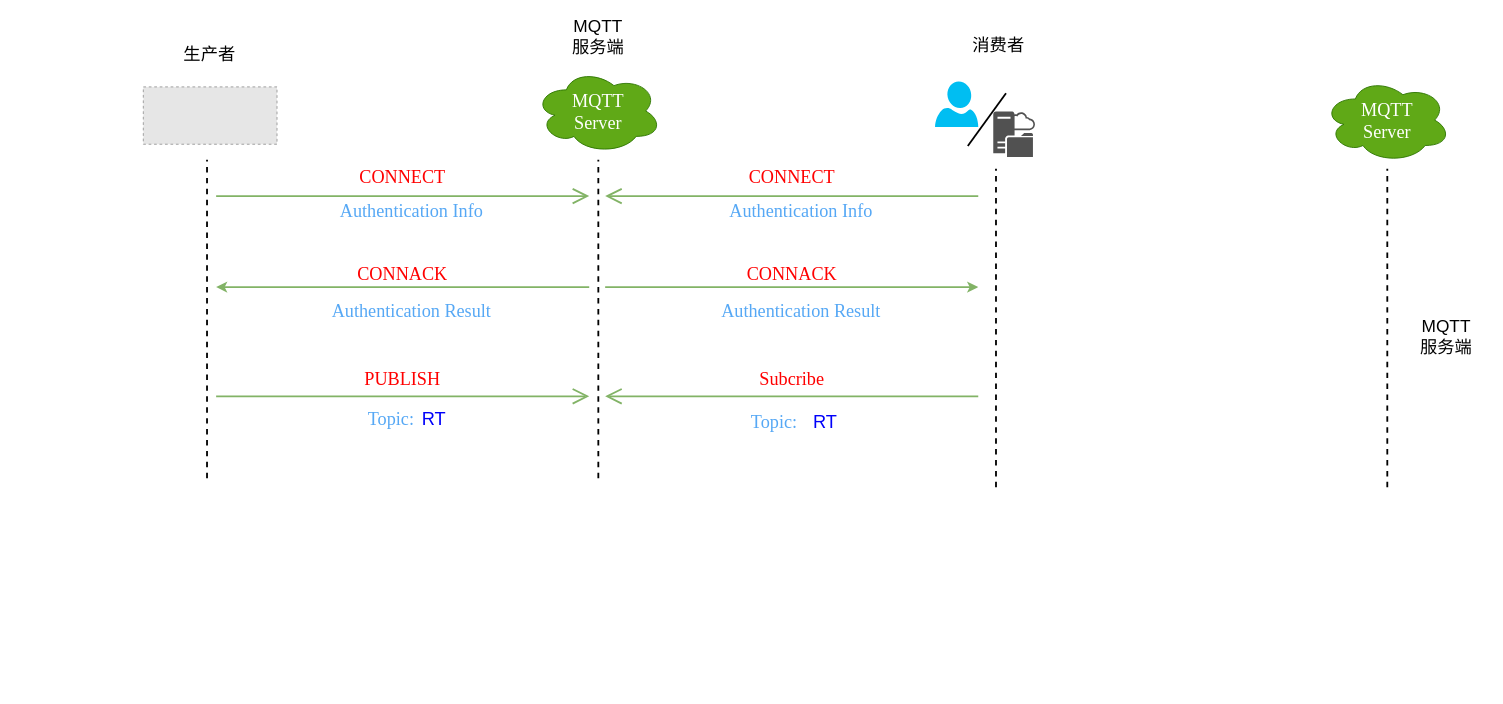
This is page "第 4 页" (4 of 5) of drawio/mqtt-auth.drawio from raingnight/Blog_Pic, a draw.io file, before an edit. Source tidied: cells renumbered, new cells numbered last; positions are measured from the earlier drawing's top-left corner, leaving out a move shared by most shapes. Both pictures are drawn from the tidied source at 91%, with x=0, y=0 at pixel (143, 23). Pictures stored in the file or linked from it are replaced by grey dashed boxes.
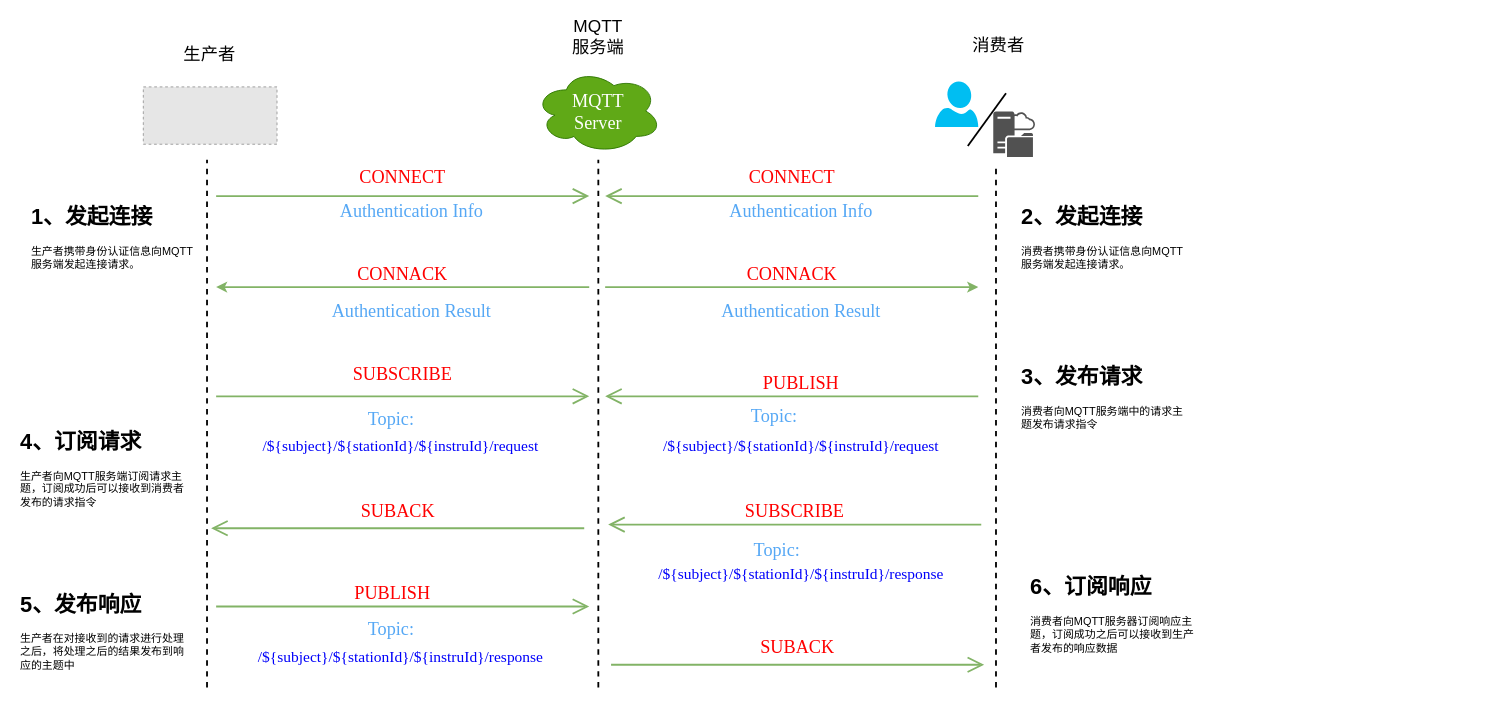
The same page after the edit.

What changed in the source:
```diff
@@
     <mxCell id="5" style="endArrow=none;dashed=1;html=1;rounded=0;sketch=0;strokeWidth=2;" parent="1" edge="1">
       <mxGeometry relative="1" as="geometry">
-        <mxPoint x="70" y="500" as="sourcePoint" />
+        <mxPoint x="70" y="730" as="sourcePoint" />
         <mxPoint x="70" y="150" as="targetPoint" />
       </mxGeometry>
     </mxCell>
     <mxCell id="6" style="endArrow=none;dashed=1;html=1;rounded=0;sketch=0;strokeWidth=2;" parent="1" edge="1">
       <mxGeometry relative="1" as="geometry">
-        <mxPoint x="500" y="500" as="sourcePoint" />
+        <mxPoint x="500" y="730" as="sourcePoint" />
         <mxPoint x="500" y="150" as="targetPoint" />
       </mxGeometry>
     </mxCell>
@@
     <mxCell id="14" value="&lt;div style=&quot;text-align: center;&quot;&gt;&lt;font size=&quot;1&quot; face=&quot;Times New Roman&quot;&gt;&lt;span style=&quot;background-color: rgb(255, 255, 255); font-size: 20px;&quot;&gt;PUBLISH&lt;/span&gt;&lt;/font&gt;&lt;/div&gt;" style="text;whiteSpace=wrap;html=1;fontSize=20;fontFamily=Times New Roman;align=center;verticalAlign=middle;fontColor=#FF0000;labelBackgroundColor=default;" parent="1" vertex="1">
-      <mxGeometry x="170" y="365" width="230" height="50" as="geometry" />
+      <mxGeometry x="607.5" y="369" width="230" height="50" as="geometry" />
     </mxCell>
@@
-    <mxCell id="17" value="RT" style="text;html=1;strokeColor=none;fillColor=none;align=center;verticalAlign=middle;whiteSpace=wrap;rounded=0;fontSize=20;fontColor=#0000fa;" parent="1" vertex="1">
-      <mxGeometry x="262" y="419" width="115" height="30" as="geometry" />
-    </mxCell>
@@
-    <mxCell id="19" value="MQTT&lt;br&gt;Server" style="ellipse;shape=cloud;whiteSpace=wrap;html=1;hachureGap=4;fontFamily=Times New Roman;fontSize=20;fillColor=#60a917;strokeColor=#2D7600;fontColor=#ffffff;" parent="1" vertex="1">
-      <mxGeometry x="1297" y="60" width="139.5" height="93" as="geometry" />
-    </mxCell>
     <mxCell id="20" style="endArrow=none;dashed=1;html=1;rounded=0;sketch=0;strokeWidth=2;" parent="1" edge="1">
       <mxGeometry relative="1" as="geometry">
-        <mxPoint x="937" y="510" as="sourcePoint" />
+        <mxPoint x="937" y="730" as="sourcePoint" />
         <mxPoint x="937" y="160" as="targetPoint" />
       </mxGeometry>
     </mxCell>
-    <mxCell id="21" style="endArrow=none;dashed=1;html=1;rounded=0;sketch=0;strokeWidth=2;" parent="1" edge="1">
-      <mxGeometry relative="1" as="geometry">
-        <mxPoint x="1367" y="510" as="sourcePoint" />
-        <mxPoint x="1367" y="160" as="targetPoint" />
-      </mxGeometry>
-    </mxCell>
@@
-    <mxCell id="26" value="MQTT&lt;br&gt;服务端" style="text;html=1;strokeColor=none;fillColor=none;align=center;verticalAlign=middle;whiteSpace=wrap;rounded=0;fontSize=19;" parent="1" vertex="1">
-      <mxGeometry x="1387" y="330" width="90" height="30" as="geometry" />
-    </mxCell>
@@
-    <mxCell id="29" value="&lt;div style=&quot;text-align: center;&quot;&gt;&lt;font size=&quot;1&quot; face=&quot;Times New Roman&quot;&gt;&lt;span style=&quot;background-color: rgb(255, 255, 255); font-size: 20px;&quot;&gt;Subcribe&lt;/span&gt;&lt;/font&gt;&lt;/div&gt;" style="text;whiteSpace=wrap;html=1;fontSize=20;fontFamily=Times New Roman;align=center;verticalAlign=middle;fontColor=#FF0000;labelBackgroundColor=default;" parent="1" vertex="1">
-      <mxGeometry x="597.5" y="365" width="230" height="50" as="geometry" />
-    </mxCell>
@@
     <mxCell id="31" value="Topic:&amp;nbsp;" style="text;html=1;strokeColor=none;fillColor=none;align=center;verticalAlign=middle;whiteSpace=wrap;rounded=0;fontSize=20;fontFamily=Times New Roman;labelBackgroundColor=default;fontColor=#56a8f5;" parent="1" vertex="1">
-      <mxGeometry x="663.5" y="422" width="64" height="30" as="geometry" />
+      <mxGeometry x="663.5" y="410" width="64" height="42" as="geometry" />
     </mxCell>
@@
-    <mxCell id="35" value="RT" style="text;html=1;strokeColor=none;fillColor=none;align=center;verticalAlign=middle;whiteSpace=wrap;rounded=0;fontSize=20;fontColor=#0000fa;" parent="1" vertex="1">
-      <mxGeometry x="691.5" y="422" width="115" height="30" as="geometry" />
-    </mxCell>
+    <mxCell id="36" value="&lt;p class=&quot;MsoNormal&quot;&gt;&lt;font style=&quot;font-size: 17px;&quot; face=&quot;Times New Roman&quot;&gt;/${subject}/${stationId}/${instruId}/request&lt;/font&gt;&lt;/p&gt;" style="text;html=1;strokeColor=none;fillColor=none;align=center;verticalAlign=middle;whiteSpace=wrap;rounded=0;fontSize=20;fontColor=#0000fa;" parent="1" vertex="1">
+      <mxGeometry x="81" y="449" width="403.5" height="30" as="geometry" />
+    </mxCell>
+    <mxCell id="37" value="&lt;p class=&quot;MsoNormal&quot;&gt;&lt;font style=&quot;font-size: 17px;&quot; face=&quot;Times New Roman&quot;&gt;/${subject}/${stationId}/${instruId}/request&lt;/font&gt;&lt;/p&gt;" style="text;html=1;strokeColor=none;fillColor=none;align=center;verticalAlign=middle;whiteSpace=wrap;rounded=0;fontSize=20;fontColor=#0000fa;" parent="1" vertex="1">
+      <mxGeometry x="520.8" y="449" width="403.5" height="30" as="geometry" />
+    </mxCell>
+    <mxCell id="38" value="&lt;div style=&quot;text-align: center;&quot;&gt;SUBSCRIBE&lt;br&gt;&lt;/div&gt;" style="text;whiteSpace=wrap;html=1;fontSize=20;fontFamily=Times New Roman;align=center;verticalAlign=middle;fontColor=#FF0000;labelBackgroundColor=default;" parent="1" vertex="1">
+      <mxGeometry x="170" y="360" width="230" height="50" as="geometry" />
+    </mxCell>
+    <mxCell id="39" style="edgeStyle=none;curved=1;rounded=0;hachureGap=4;orthogonalLoop=1;jettySize=auto;html=1;fontFamily=Times New Roman;fontSize=16;endArrow=open;startSize=14;endSize=14;sourcePerimeterSpacing=8;targetPerimeterSpacing=8;strokeWidth=2;fillColor=#d5e8d4;strokeColor=#82b366;" parent="1" edge="1">
+      <mxGeometry relative="1" as="geometry">
+        <mxPoint x="920.8" y="551" as="sourcePoint" />
+        <mxPoint x="510.8" y="551" as="targetPoint" />
+      </mxGeometry>
+    </mxCell>
+    <mxCell id="40" value="Topic:&amp;nbsp;" style="text;html=1;strokeColor=none;fillColor=none;align=center;verticalAlign=middle;whiteSpace=wrap;rounded=0;fontSize=20;fontFamily=Times New Roman;labelBackgroundColor=default;fontColor=#56a8f5;" parent="1" vertex="1">
+      <mxGeometry x="666.8" y="563" width="64" height="30" as="geometry" />
+    </mxCell>
+    <mxCell id="41" value="&lt;div style=&quot;text-align: center;&quot;&gt;SUBSCRIBE&lt;br&gt;&lt;/div&gt;" style="text;whiteSpace=wrap;html=1;fontSize=20;fontFamily=Times New Roman;align=center;verticalAlign=middle;fontColor=#FF0000;labelBackgroundColor=default;" parent="1" vertex="1">
+      <mxGeometry x="600.8" y="510" width="230" height="50" as="geometry" />
+    </mxCell>
+    <mxCell id="42" value="&lt;p class=&quot;MsoNormal&quot;&gt;&lt;font style=&quot;font-size: 17px;&quot; face=&quot;Times New Roman&quot;&gt;/${subject}/${stationId}/${instruId}/response&lt;/font&gt;&lt;/p&gt;" style="text;html=1;strokeColor=none;fillColor=none;align=center;verticalAlign=middle;whiteSpace=wrap;rounded=0;fontSize=20;fontColor=#0000fa;" parent="1" vertex="1">
+      <mxGeometry x="520.8" y="589" width="403.5" height="30" as="geometry" />
+    </mxCell>
+    <mxCell id="43" style="edgeStyle=none;curved=1;rounded=0;hachureGap=4;orthogonalLoop=1;jettySize=auto;html=1;fontFamily=Times New Roman;fontSize=16;endArrow=open;startSize=14;endSize=14;sourcePerimeterSpacing=8;targetPerimeterSpacing=8;strokeWidth=2;fillColor=#d5e8d4;strokeColor=#82b366;" parent="1" edge="1">
+      <mxGeometry relative="1" as="geometry">
+        <mxPoint x="80" y="641" as="sourcePoint" />
+        <mxPoint x="490" y="641" as="targetPoint" />
+      </mxGeometry>
+    </mxCell>
+    <mxCell id="44" value="Topic:&amp;nbsp;" style="text;html=1;strokeColor=none;fillColor=none;align=center;verticalAlign=middle;whiteSpace=wrap;rounded=0;fontSize=20;fontFamily=Times New Roman;labelBackgroundColor=default;fontColor=#56a8f5;" parent="1" vertex="1">
+      <mxGeometry x="243" y="650" width="64" height="30" as="geometry" />
+    </mxCell>
+    <mxCell id="45" value="&lt;p class=&quot;MsoNormal&quot;&gt;&lt;font style=&quot;font-size: 17px;&quot; face=&quot;Times New Roman&quot;&gt;/${subject}/${stationId}/${instruId}/response&lt;/font&gt;&lt;/p&gt;" style="text;html=1;strokeColor=none;fillColor=none;align=center;verticalAlign=middle;whiteSpace=wrap;rounded=0;fontSize=20;fontColor=#0000fa;" parent="1" vertex="1">
+      <mxGeometry x="81" y="680" width="403.5" height="30" as="geometry" />
+    </mxCell>
+    <mxCell id="46" value="&lt;div style=&quot;text-align: center;&quot;&gt;&lt;font size=&quot;1&quot; face=&quot;Times New Roman&quot;&gt;&lt;span style=&quot;background-color: rgb(255, 255, 255); font-size: 20px;&quot;&gt;PUBLISH&lt;/span&gt;&lt;/font&gt;&lt;/div&gt;" style="text;whiteSpace=wrap;html=1;fontSize=20;fontFamily=Times New Roman;align=center;verticalAlign=middle;fontColor=#FF0000;labelBackgroundColor=default;" parent="1" vertex="1">
+      <mxGeometry x="159" y="600" width="230" height="50" as="geometry" />
+    </mxCell>
+    <mxCell id="47" value="&lt;h1&gt;1、发起连接&lt;/h1&gt;&lt;p&gt;生产者携带身份认证信息向MQTT服务端发起连接请求。&lt;/p&gt;" style="text;html=1;strokeColor=none;fillColor=none;spacing=5;spacingTop=-20;whiteSpace=wrap;overflow=hidden;rounded=0;" parent="1" vertex="1">
+      <mxGeometry x="-128" y="193" width="190" height="87" as="geometry" />
+    </mxCell>
+    <mxCell id="48" value="&lt;h1&gt;2、发起连接&lt;/h1&gt;&lt;p&gt;消费者携带身份认证信息向MQTT服务端发起连接请求。&lt;/p&gt;" style="text;html=1;strokeColor=none;fillColor=none;spacing=5;spacingTop=-20;whiteSpace=wrap;overflow=hidden;rounded=0;" parent="1" vertex="1">
+      <mxGeometry x="960" y="193" width="190" height="87" as="geometry" />
+    </mxCell>
+    <mxCell id="49" value="&lt;h1&gt;4、订阅请求&lt;/h1&gt;&lt;p&gt;生产者向MQTT服务端订阅请求主题，订阅成功后可以接收到消费者发布的请求指令&lt;/p&gt;" style="text;html=1;strokeColor=none;fillColor=none;spacing=5;spacingTop=-20;whiteSpace=wrap;overflow=hidden;rounded=0;" parent="1" vertex="1">
+      <mxGeometry x="-140" y="440" width="190" height="100" as="geometry" />
+    </mxCell>
+    <mxCell id="50" value="&lt;h1&gt;3、发布请求&lt;/h1&gt;&lt;p&gt;消费者向MQTT服务端中的请求主题发布请求指令&lt;/p&gt;" style="text;html=1;strokeColor=none;fillColor=none;spacing=5;spacingTop=-20;whiteSpace=wrap;overflow=hidden;rounded=0;" parent="1" vertex="1">
+      <mxGeometry x="960" y="369" width="190" height="87" as="geometry" />
+    </mxCell>
+    <mxCell id="51" value="&lt;h1&gt;5、发布响应&lt;/h1&gt;&lt;p&gt;生产者在对接收到的请求进行处理之后，将处理之后的结果发布到响应的主题中&lt;/p&gt;" style="text;html=1;strokeColor=none;fillColor=none;spacing=5;spacingTop=-20;whiteSpace=wrap;overflow=hidden;rounded=0;" parent="1" vertex="1">
+      <mxGeometry x="-140" y="619" width="190" height="110" as="geometry" />
+    </mxCell>
+    <mxCell id="52" value="&lt;h1&gt;6、订阅响应&lt;/h1&gt;&lt;p&gt;消费者向MQTT服务器订阅响应主题，订阅成功之后可以接收到生产者发布的响应数据&lt;/p&gt;" style="text;html=1;strokeColor=none;fillColor=none;spacing=5;spacingTop=-20;whiteSpace=wrap;overflow=hidden;rounded=0;" parent="1" vertex="1">
+      <mxGeometry x="970" y="600" width="190" height="110" as="geometry" />
+    </mxCell>
+    <mxCell id="53" style="edgeStyle=none;curved=1;rounded=0;hachureGap=4;orthogonalLoop=1;jettySize=auto;html=1;fontFamily=Times New Roman;fontSize=16;endArrow=open;startSize=14;endSize=14;sourcePerimeterSpacing=8;targetPerimeterSpacing=8;strokeWidth=2;fillColor=#d5e8d4;strokeColor=#82b366;" parent="1" edge="1">
+      <mxGeometry relative="1" as="geometry">
+        <mxPoint x="484.5" y="555" as="sourcePoint" />
+        <mxPoint x="74.5" y="555" as="targetPoint" />
+      </mxGeometry>
+    </mxCell>
+    <mxCell id="54" value="&lt;div style=&quot;text-align: center;&quot;&gt;SUBACK&lt;br&gt;&lt;/div&gt;" style="text;whiteSpace=wrap;html=1;fontSize=20;fontFamily=Times New Roman;align=center;verticalAlign=middle;fontColor=#FF0000;labelBackgroundColor=default;" parent="1" vertex="1">
+      <mxGeometry x="164.5" y="510" width="230" height="50" as="geometry" />
+    </mxCell>
+    <mxCell id="55" style="edgeStyle=none;curved=1;rounded=0;hachureGap=4;orthogonalLoop=1;jettySize=auto;html=1;fontFamily=Times New Roman;fontSize=16;endArrow=open;startSize=14;endSize=14;sourcePerimeterSpacing=8;targetPerimeterSpacing=8;strokeWidth=2;fillColor=#d5e8d4;strokeColor=#82b366;" parent="1" edge="1">
+      <mxGeometry relative="1" as="geometry">
+        <mxPoint x="514" y="705" as="sourcePoint" />
+        <mxPoint x="924" y="705" as="targetPoint" />
+      </mxGeometry>
+    </mxCell>
+    <mxCell id="56" value="&lt;div style=&quot;text-align: center;&quot;&gt;SUBACK&lt;br&gt;&lt;/div&gt;" style="text;whiteSpace=wrap;html=1;fontSize=20;fontFamily=Times New Roman;align=center;verticalAlign=middle;fontColor=#FF0000;labelBackgroundColor=default;" parent="1" vertex="1">
+      <mxGeometry x="604" y="660" width="230" height="50" as="geometry" />
+    </mxCell>
```
